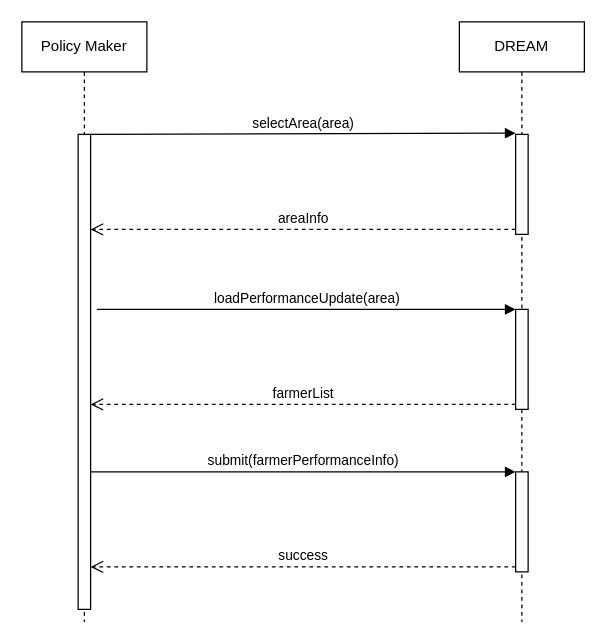
Earlier version of the draw.io diagram page "PolicyMaker identify" (3 of 13) of RASD/diagrams/Sequence Diagram.drawio (ictar/DREAM-SE2-Project-2022). Source tidied: cells renumbered, new cells numbered last; positions are measured from the earlier drawing's top-left corner, leaving out a move shared by most shapes. Both pictures are drawn from the tidied source at 125%, with x=0, y=0 at pixel (21, 21).
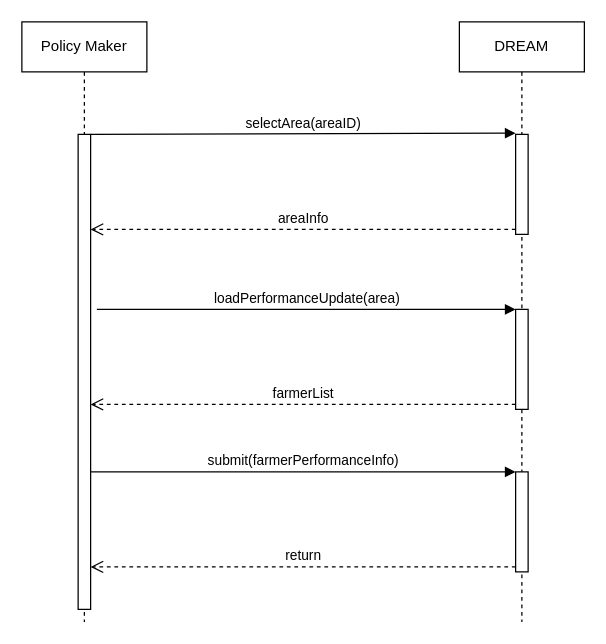
Above is the later version.

Change to the diagram source:
```diff
@@
 <mxGraphModel>
   <root>
     <mxCell id="0" />
     <mxCell id="1" parent="0" />
     <mxCell id="2" value="Policy Maker" style="shape=umlLifeline;perimeter=lifelinePerimeter;whiteSpace=wrap;html=1;" parent="1" vertex="1">
       <mxGeometry width="100" height="480" as="geometry" />
     </mxCell>
     <mxCell id="3" value="DREAM" style="shape=umlLifeline;perimeter=lifelinePerimeter;whiteSpace=wrap;html=1;" parent="1" vertex="1">
       <mxGeometry x="350" width="100" height="480" as="geometry" />
     </mxCell>
     <mxCell id="4" style="html=1;points=[];perimeter=orthogonalPerimeter;" parent="3" vertex="1">
       <mxGeometry x="45" y="90" width="10" height="80" as="geometry" />
     </mxCell>
     <mxCell id="5" style="html=1;points=[];perimeter=orthogonalPerimeter;" parent="3" vertex="1">
       <mxGeometry x="45" y="230" width="10" height="80" as="geometry" />
     </mxCell>
     <mxCell id="6" style="html=1;points=[];perimeter=orthogonalPerimeter;" parent="3" vertex="1">
       <mxGeometry x="45" y="360" width="10" height="80" as="geometry" />
     </mxCell>
-    <mxCell id="7" value="selectArea(area)" style="html=1;verticalAlign=bottom;endArrow=block;rounded=0;entryX=0;entryY=-0.012;entryDx=0;entryDy=0;entryPerimeter=0;" parent="1" edge="1" target="4">
+    <mxCell id="7" value="selectArea(areaID)" style="html=1;verticalAlign=bottom;endArrow=block;rounded=0;entryX=0;entryY=-0.012;entryDx=0;entryDy=0;entryPerimeter=0;" parent="1" edge="1" target="4">
       <mxGeometry relative="1" as="geometry">
         <mxPoint x="55" y="90" as="sourcePoint" />
       </mxGeometry>
     </mxCell>
     <mxCell id="8" value="areaInfo" style="html=1;verticalAlign=bottom;endArrow=open;dashed=1;endSize=8;exitX=0;exitY=0.95;rounded=0;" parent="1" edge="1" source="4">
       <mxGeometry relative="1" as="geometry">
         <mxPoint x="55" y="166" as="targetPoint" />
       </mxGeometry>
     </mxCell>
     <mxCell id="9" value="loadPerformanceUpdate(area)" style="html=1;verticalAlign=bottom;endArrow=block;entryX=0;entryY=0;rounded=0;" parent="1" edge="1" target="5">
       <mxGeometry relative="1" as="geometry">
         <mxPoint x="60" y="230" as="sourcePoint" />
       </mxGeometry>
     </mxCell>
     <mxCell id="10" value="farmerList" style="html=1;verticalAlign=bottom;endArrow=open;dashed=1;endSize=8;exitX=0;exitY=0.95;rounded=0;" parent="1" edge="1" source="5">
       <mxGeometry relative="1" as="geometry">
         <mxPoint x="55" y="306" as="targetPoint" />
       </mxGeometry>
     </mxCell>
     <mxCell id="11" style="html=1;perimeter=orthogonalPerimeter;" parent="1" vertex="1">
       <mxGeometry x="45" y="90" width="10" height="380" as="geometry" />
     </mxCell>
     <mxCell id="12" value="submit(farmerPerformanceInfo)" style="html=1;verticalAlign=bottom;endArrow=block;entryX=0;entryY=0;rounded=0;" parent="1" edge="1" target="6">
       <mxGeometry relative="1" as="geometry">
         <mxPoint x="55" y="360" as="sourcePoint" />
       </mxGeometry>
     </mxCell>
-    <mxCell id="13" value="success" style="html=1;verticalAlign=bottom;endArrow=open;dashed=1;endSize=8;exitX=0;exitY=0.95;rounded=0;" parent="1" edge="1" source="6">
+    <mxCell id="13" value="return" style="html=1;verticalAlign=bottom;endArrow=open;dashed=1;endSize=8;exitX=0;exitY=0.95;rounded=0;" parent="1" edge="1" source="6">
       <mxGeometry relative="1" as="geometry">
         <mxPoint x="55" y="436" as="targetPoint" />
       </mxGeometry>
     </mxCell>
   </root>
 </mxGraphModel>
```
